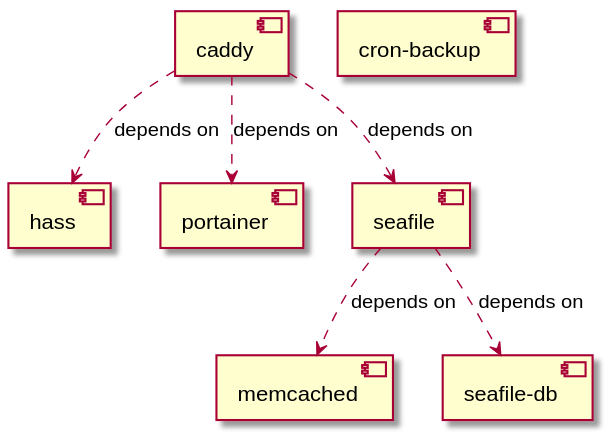
CS-Tao/pi-services keeps this PlantUML diagram as services_graph.svg. Above is the earlier version.
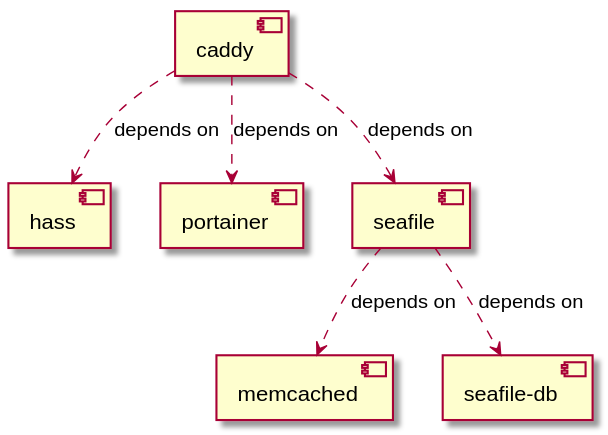
Above is the later version.

Commit message:
Automated deployment: Fri Feb  7 15:37:37 UTC 2020 ac4838b716a52f6af2d373d8a454d7f38e2d3d10

Diff of the diagram source:
```diff
@@ -1,7 +1,6 @@
 @startuml
 skinparam componentStyle uml2
 [caddy]
-[cron-backup]
 [hass]
 [memcached]
 [portainer]
```
